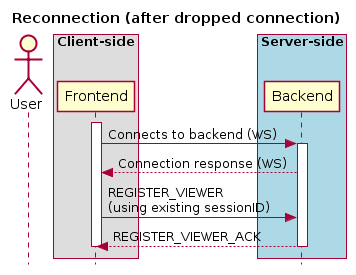
This is docs/images/image18.png from CARTAvis/carta-protobuf, a PlantUML export, as it was before one commit.
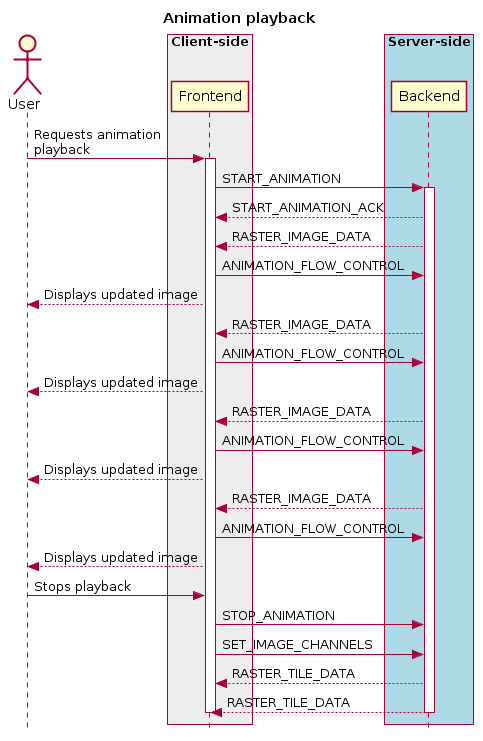
After the change.

Change to the diagram source:
```diff
@@ -1,22 +1,38 @@
 @startuml
 skinparam style strictuml
 hide footbox
-title Reconnection (after dropped connection)
+title Animation playback
 
 actor User
-box "Client-side"
-participant Frontend
+box "Client-side" #EDEDED
+        participant Frontend
 end box
 
 box "Server-side" #lightblue
-participant Backend
+	participant Backend
 end box
+User -> Frontend: Requests animation\nplayback
 activate Frontend
-Frontend -> Backend : Connects to backend (WS)
+Frontend -> Backend : START_ANIMATION
 activate Backend
-Frontend <-- Backend : Connection response (WS)
-Frontend -> Backend : REGISTER_VIEWER\n(using existing sessionID)
-Frontend <-- Backend : REGISTER_VIEWER_ACK
+Frontend <-- Backend: START_ANIMATION_ACK
+Frontend <-- Backend : RASTER_IMAGE_DATA
+Frontend -> Backend: ANIMATION_FLOW_CONTROL
+User <-- Frontend: Displays updated image
+Frontend <-- Backend : RASTER_IMAGE_DATA
+Frontend -> Backend: ANIMATION_FLOW_CONTROL
+User <-- Frontend: Displays updated image
+Frontend <-- Backend : RASTER_IMAGE_DATA
+Frontend -> Backend: ANIMATION_FLOW_CONTROL
+User <-- Frontend: Displays updated image
+Frontend <-- Backend : RASTER_IMAGE_DATA
+Frontend -> Backend: ANIMATION_FLOW_CONTROL
+User <-- Frontend: Displays updated image
+User -> Frontend : Stops playback
+Frontend -> Backend : STOP_ANIMATION
+Frontend -> Backend : SET_IMAGE_CHANNELS
+Frontend <-- Backend: RASTER_TILE_DATA
+Frontend <-- Backend: RASTER_TILE_DATA
 deactivate Frontend
 deactivate Backend
 @enduml
```
